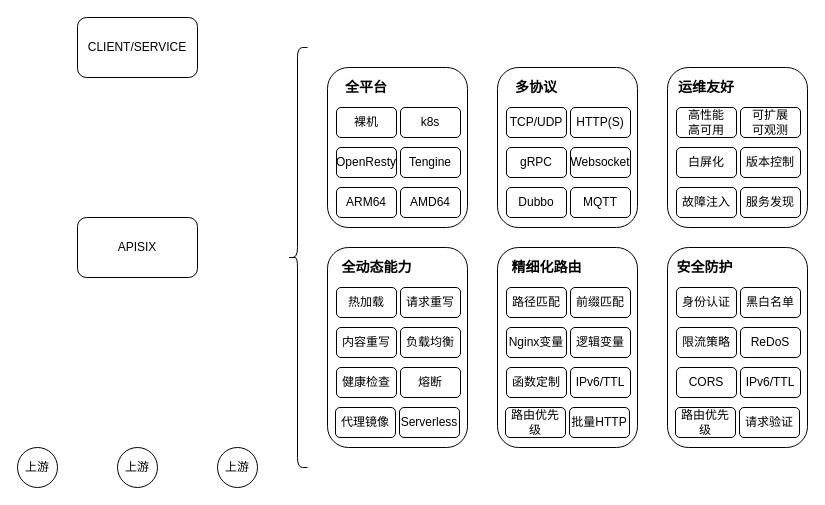
This is APISIX功能图.drawio from flying1pig/Design-pattern, a draw.io file, before an edit. Source tidied: cells renumbered, new cells numbered last; positions are measured from the earlier drawing's top-left corner, leaving out a move shared by most shapes. Both pictures are drawn from the tidied source at 100%, with x=0, y=0 at pixel (17, 17).
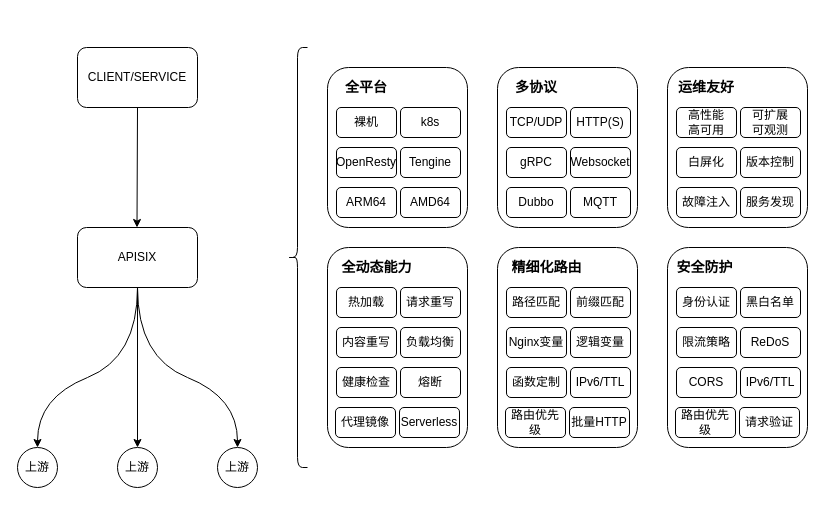
After the change.

Commit message (it also covers changes not shown here):
更新APISIX功能图.drawio

The change refers to these unchanged cells:
```xml
<mxCell id="4" value="上游" style="ellipse;whiteSpace=wrap;html=1;" parent="1" vertex="1">
  <mxGeometry y="430" width="40" height="40" as="geometry" />
</mxCell>
<mxCell id="5" value="上游" style="ellipse;whiteSpace=wrap;html=1;" parent="1" vertex="1">
  <mxGeometry x="100" y="430" width="40" height="40" as="geometry" />
</mxCell>
<mxCell id="6" value="上游" style="ellipse;whiteSpace=wrap;html=1;" parent="1" vertex="1">
  <mxGeometry x="200" y="430" width="40" height="40" as="geometry" />
</mxCell>
```

What changed in the source:
```diff
@@
-<mxGraphModel>
+<mxGraphModel background="#ffffff">
@@
     <mxCell id="2" value="CLIENT/SERVICE" style="rounded=1;whiteSpace=wrap;html=1;" parent="1" vertex="1">
-      <mxGeometry x="60" width="120" height="60" as="geometry" />
+      <mxGeometry x="60" y="30" width="120" height="60" as="geometry" />
     </mxCell>
     <mxCell id="3" value="APISIX" style="rounded=1;whiteSpace=wrap;html=1;" parent="1" vertex="1">
-      <mxGeometry x="60" y="200" width="120" height="60" as="geometry" />
+      <mxGeometry x="60" y="210" width="120" height="60" as="geometry" />
     </mxCell>
@@
+    <mxCell id="62" style="endArrow=classic;html=1;exitX=0.5;exitY=1;exitDx=0;exitDy=0;" parent="1" edge="1" source="2">
+      <mxGeometry relative="1" as="geometry">
+        <mxPoint x="119.5" y="210" as="targetPoint" />
+      </mxGeometry>
+    </mxCell>
+    <mxCell id="63" style="curved=1;endArrow=classic;html=1;exitX=0.5;exitY=1;exitDx=0;exitDy=0;entryX=0.5;entryY=0;entryDx=0;entryDy=0;" parent="1" edge="1" source="3" target="4">
+      <mxGeometry relative="1" as="geometry">
+        <Array as="points">
+          <mxPoint x="120" y="340" />
+          <mxPoint x="20" y="380" />
+        </Array>
+      </mxGeometry>
+    </mxCell>
+    <mxCell id="64" style="curved=1;endArrow=classic;html=1;exitX=0.5;exitY=1;exitDx=0;exitDy=0;entryX=0.5;entryY=0;entryDx=0;entryDy=0;" parent="1" edge="1" target="6">
+      <mxGeometry relative="1" as="geometry">
+        <mxPoint x="120" y="270" as="sourcePoint" />
+        <Array as="points">
+          <mxPoint x="120" y="340" />
+          <mxPoint x="220" y="380" />
+        </Array>
+      </mxGeometry>
+    </mxCell>
+    <mxCell id="65" style="endArrow=classic;html=1;" parent="1" edge="1" target="5">
+      <mxGeometry relative="1" as="geometry">
+        <mxPoint x="120" y="270" as="sourcePoint" />
+      </mxGeometry>
+    </mxCell>
```
